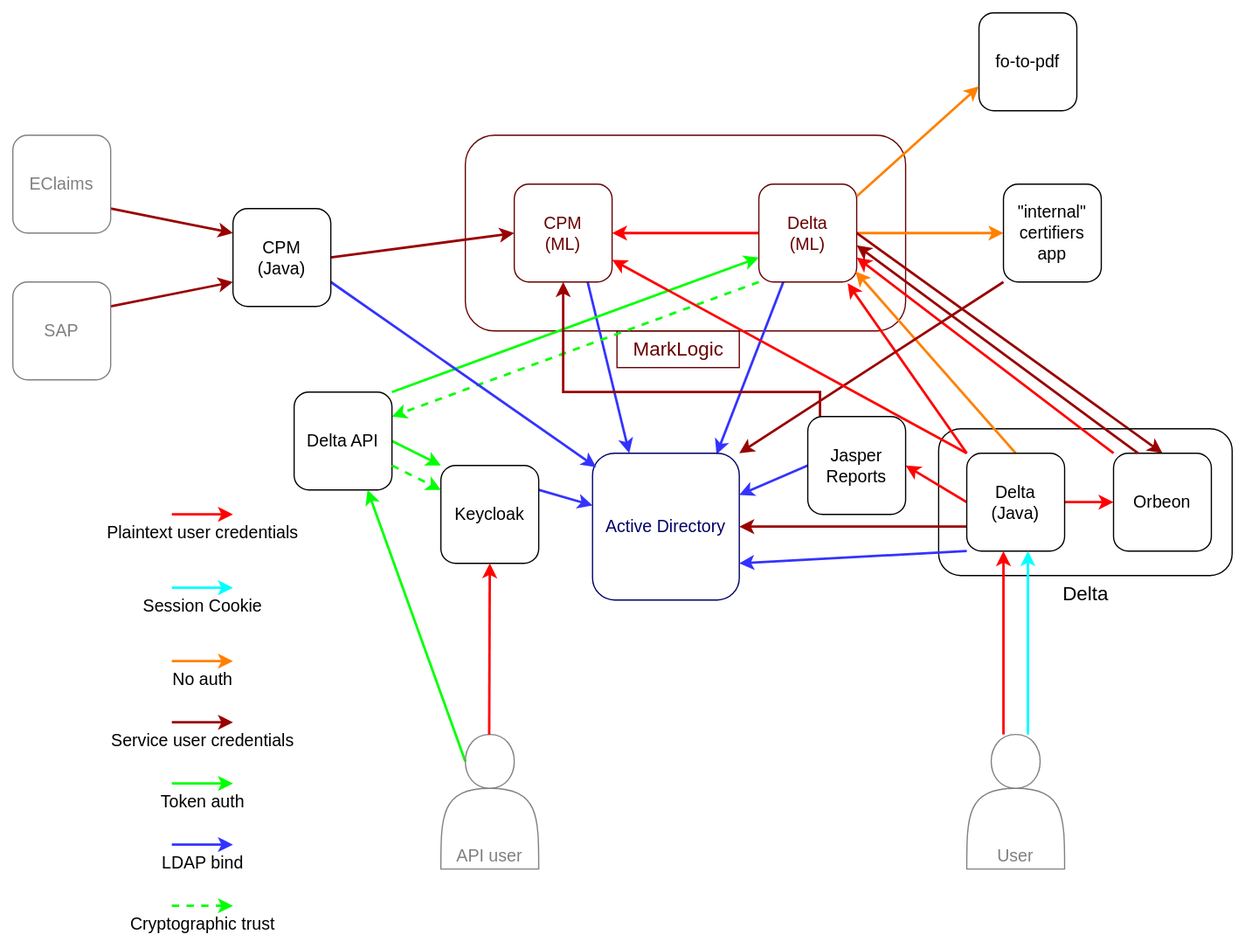
Before: docs/auth-planning/delta-auth-diagram.drawio.svg, a diagram exported from draw.io (communitiesuk/delta-common-infrastructure). Source tidied: cells renumbered, new cells last; positions are measured from the earlier drawing's top-left corner, leaving out a move shared by most shapes. The source it was exported from:
```xml
<mxGraphModel>
  <root>
    <mxCell id="0" />
    <mxCell id="1" parent="0" />
    <mxCell id="2" style="rounded=1;whiteSpace=wrap;html=1;fillColor=none;align=center;strokeColor=#660000;fontColor=#660000;" parent="1" vertex="1">
      <mxGeometry x="370" y="100" width="360" height="160" as="geometry" />
    </mxCell>
    <mxCell id="3" style="edgeStyle=none;rounded=0;jettySize=auto;html=1;exitX=0.75;exitY=1;exitDx=0;exitDy=0;entryX=0.25;entryY=0;entryDx=0;entryDy=0;strokeColor=#3333FF;strokeWidth=2;fontSize=14;fontColor=#000000;elbow=vertical;" parent="1" edge="1" source="4" target="28">
      <mxGeometry relative="1" as="geometry" />
    </mxCell>
    <mxCell id="4" value="CPM&lt;br&gt;(ML)" style="rounded=1;whiteSpace=wrap;html=1;fillColor=none;fontSize=14;strokeColor=#660000;fontColor=#660000;" parent="1" vertex="1">
      <mxGeometry x="410" y="140" width="80" height="80" as="geometry" />
    </mxCell>
    <mxCell id="5" value="MarkLogic" style="text;html=1;align=center;verticalAlign=middle;strokeColor=#660000;fillColor=none;fontSize=16;fontColor=#660000;" parent="1" vertex="1">
      <mxGeometry x="494" y="260" width="100" height="30" as="geometry" />
    </mxCell>
    <mxCell id="6" style="edgeStyle=none;rounded=0;jettySize=auto;html=1;exitX=1;exitY=0.5;exitDx=0;exitDy=0;strokeColor=#FF8000;strokeWidth=2;fontSize=14;fontColor=#808080;" parent="1" edge="1" source="11" target="29">
      <mxGeometry relative="1" as="geometry" />
    </mxCell>
    <mxCell id="7" style="edgeStyle=none;rounded=0;jettySize=auto;html=1;exitX=0.25;exitY=1;exitDx=0;exitDy=0;entryX=0.845;entryY=0.008;entryDx=0;entryDy=0;entryPerimeter=0;strokeColor=#3333FF;strokeWidth=2;fontSize=14;fontColor=#000000;elbow=vertical;" parent="1" edge="1" source="11" target="28">
      <mxGeometry relative="1" as="geometry" />
    </mxCell>
    <mxCell id="8" style="rounded=0;jettySize=auto;elbow=vertical;html=1;exitX=1;exitY=0.5;exitDx=0;exitDy=0;entryX=0.5;entryY=0;entryDx=0;entryDy=0;strokeColor=#990000;strokeWidth=2;fontSize=14;fontColor=#000000;startArrow=none;startFill=0;" parent="1" edge="1" source="11" target="22">
      <mxGeometry relative="1" as="geometry" />
    </mxCell>
    <mxCell id="9" style="edgeStyle=none;rounded=0;jettySize=auto;html=1;exitX=0;exitY=0.5;exitDx=0;exitDy=0;strokeColor=#FF0000;strokeWidth=2;fontSize=14;fontColor=#000000;startArrow=none;startFill=0;elbow=vertical;" parent="1" edge="1" source="11" target="4">
      <mxGeometry relative="1" as="geometry" />
    </mxCell>
    <mxCell id="10" style="edgeStyle=none;rounded=0;jettySize=auto;html=1;exitX=0;exitY=1;exitDx=0;exitDy=0;entryX=1;entryY=0.25;entryDx=0;entryDy=0;strokeColor=#00FF00;strokeWidth=2;fontSize=14;fontColor=#000000;startArrow=none;startFill=0;elbow=vertical;dashed=1;" parent="1" edge="1" source="11" target="25">
      <mxGeometry relative="1" as="geometry" />
    </mxCell>
    <mxCell id="11" value="Delta&lt;br&gt;(ML)" style="rounded=1;whiteSpace=wrap;html=1;fillColor=none;fontSize=14;strokeColor=#660000;fontColor=#660000;" parent="1" vertex="1">
      <mxGeometry x="610" y="140" width="80" height="80" as="geometry" />
    </mxCell>
    <mxCell id="12" style="rounded=1;whiteSpace=wrap;html=1;fillColor=none;align=center;" parent="1" vertex="1">
      <mxGeometry x="757" y="340" width="240" height="120" as="geometry" />
    </mxCell>
    <mxCell id="13" value="Delta" style="text;html=1;align=center;verticalAlign=middle;strokeColor=none;fillColor=none;fontSize=16;" parent="1" vertex="1">
      <mxGeometry x="847" y="460" width="60" height="30" as="geometry" />
    </mxCell>
    <mxCell id="14" style="edgeStyle=orthogonalEdgeStyle;rounded=0;jettySize=auto;html=1;entryX=0;entryY=0.5;entryDx=0;entryDy=0;strokeColor=#FF0000;strokeWidth=2;fontSize=14;fontColor=#808080;" parent="1" edge="1" source="20" target="22">
      <mxGeometry relative="1" as="geometry" />
    </mxCell>
    <mxCell id="15" style="edgeStyle=none;rounded=0;jettySize=auto;html=1;exitX=0;exitY=0;exitDx=0;exitDy=0;entryX=0.908;entryY=1.013;entryDx=0;entryDy=0;entryPerimeter=0;strokeColor=#FF0000;strokeWidth=2;fontSize=14;fontColor=#808080;" parent="1" edge="1" source="20" target="11">
      <mxGeometry relative="1" as="geometry" />
    </mxCell>
    <mxCell id="16" style="edgeStyle=none;rounded=0;jettySize=auto;html=1;exitX=0;exitY=0.5;exitDx=0;exitDy=0;entryX=1;entryY=0.5;entryDx=0;entryDy=0;strokeColor=#FF0000;strokeWidth=2;fontSize=14;fontColor=#000000;" parent="1" edge="1" source="20" target="45">
      <mxGeometry relative="1" as="geometry" />
    </mxCell>
    <mxCell id="17" style="edgeStyle=none;rounded=0;jettySize=auto;html=1;exitX=0;exitY=0.75;exitDx=0;exitDy=0;entryX=1;entryY=0.5;entryDx=0;entryDy=0;strokeColor=#990000;strokeWidth=2;fontSize=14;fontColor=#000000;elbow=vertical;" parent="1" edge="1" source="20" target="28">
      <mxGeometry relative="1" as="geometry" />
    </mxCell>
    <mxCell id="18" style="edgeStyle=none;rounded=0;jettySize=auto;html=1;exitX=0;exitY=1;exitDx=0;exitDy=0;entryX=1;entryY=0.75;entryDx=0;entryDy=0;strokeColor=#3333FF;strokeWidth=2;fontSize=14;fontColor=#000000;elbow=vertical;" parent="1" edge="1" source="20" target="28">
      <mxGeometry relative="1" as="geometry" />
    </mxCell>
    <mxCell id="19" style="edgeStyle=none;rounded=0;jettySize=auto;html=1;exitX=0.5;exitY=0;exitDx=0;exitDy=0;entryX=0.988;entryY=0.892;entryDx=0;entryDy=0;entryPerimeter=0;strokeColor=#FF8000;strokeWidth=2;fontSize=14;fontColor=#000000;startArrow=none;startFill=0;elbow=vertical;" parent="1" edge="1" source="20" target="11">
      <mxGeometry relative="1" as="geometry" />
    </mxCell>
    <mxCell id="20" value="Delta&lt;br&gt;(Java)" style="rounded=1;whiteSpace=wrap;html=1;fillColor=none;fontSize=14;" parent="1" vertex="1">
      <mxGeometry x="780" y="360" width="80" height="80" as="geometry" />
    </mxCell>
    <mxCell id="21" style="rounded=0;jettySize=auto;html=1;exitX=0;exitY=0;exitDx=0;exitDy=0;entryX=1;entryY=0.75;entryDx=0;entryDy=0;strokeColor=#FF0000;strokeWidth=2;fontSize=14;fontColor=#808080;" parent="1" edge="1" source="22" target="11">
      <mxGeometry relative="1" as="geometry" />
    </mxCell>
    <mxCell id="22" value="Orbeon" style="rounded=1;whiteSpace=wrap;html=1;fillColor=none;fontSize=14;" parent="1" vertex="1">
      <mxGeometry x="900" y="360" width="80" height="80" as="geometry" />
    </mxCell>
    <mxCell id="23" style="edgeStyle=none;rounded=0;jettySize=auto;html=1;exitX=1;exitY=0.5;exitDx=0;exitDy=0;entryX=0;entryY=0;entryDx=0;entryDy=0;strokeColor=#00FF00;strokeWidth=2;fontSize=14;fontColor=#000000;elbow=vertical;" parent="1" edge="1" source="25" target="27">
      <mxGeometry relative="1" as="geometry" />
    </mxCell>
    <mxCell id="24" style="edgeStyle=none;rounded=0;jettySize=auto;html=1;exitX=1;exitY=0;exitDx=0;exitDy=0;entryX=0;entryY=0.75;entryDx=0;entryDy=0;strokeColor=#00FF00;strokeWidth=2;fontSize=14;fontColor=#000000;elbow=vertical;" parent="1" edge="1" source="25" target="11">
      <mxGeometry relative="1" as="geometry" />
    </mxCell>
    <mxCell id="25" value="Delta API" style="rounded=1;whiteSpace=wrap;html=1;fillColor=none;fontSize=14;" parent="1" vertex="1">
      <mxGeometry x="230" y="310" width="80" height="80" as="geometry" />
    </mxCell>
    <mxCell id="26" style="edgeStyle=none;rounded=0;jettySize=auto;html=1;exitX=1;exitY=0.25;exitDx=0;exitDy=0;strokeColor=#3333FF;strokeWidth=2;fontSize=14;fontColor=#000000;elbow=vertical;" parent="1" edge="1" source="27" target="28">
      <mxGeometry relative="1" as="geometry" />
    </mxCell>
    <mxCell id="27" value="Keycloak" style="rounded=1;whiteSpace=wrap;html=1;fillColor=none;fontSize=14;" parent="1" vertex="1">
      <mxGeometry x="350" y="370" width="80" height="80" as="geometry" />
    </mxCell>
    <mxCell id="28" value="Active Directory" style="rounded=1;whiteSpace=wrap;html=1;fillColor=none;fontSize=14;strokeColor=#000066;fontColor=#000066;" parent="1" vertex="1">
      <mxGeometry x="474" y="360" width="120" height="120" as="geometry" />
    </mxCell>
    <mxCell id="29" value="&quot;internal&quot; certifiers app" style="rounded=1;whiteSpace=wrap;html=1;fillColor=none;fontSize=14;" parent="1" vertex="1">
      <mxGeometry x="810" y="140" width="80" height="80" as="geometry" />
    </mxCell>
    <mxCell id="30" value="fo-to-pdf" style="rounded=1;whiteSpace=wrap;html=1;fillColor=none;fontSize=14;" parent="1" vertex="1">
      <mxGeometry x="790" width="80" height="80" as="geometry" />
    </mxCell>
    <mxCell id="31" style="edgeStyle=none;rounded=0;jettySize=auto;html=1;exitX=1;exitY=0.5;exitDx=0;exitDy=0;entryX=0;entryY=0.5;entryDx=0;entryDy=0;strokeColor=#990000;strokeWidth=2;fontSize=14;fontColor=#000000;elbow=vertical;" parent="1" edge="1" source="33" target="4">
      <mxGeometry relative="1" as="geometry" />
    </mxCell>
    <mxCell id="32" style="edgeStyle=none;rounded=0;jettySize=auto;html=1;exitX=1;exitY=0.75;exitDx=0;exitDy=0;entryX=0.025;entryY=0.095;entryDx=0;entryDy=0;entryPerimeter=0;strokeColor=#3333FF;strokeWidth=2;fontSize=14;fontColor=#000000;elbow=vertical;" parent="1" edge="1" source="33" target="28">
      <mxGeometry relative="1" as="geometry" />
    </mxCell>
    <mxCell id="33" value="CPM&lt;br&gt;(Java)" style="rounded=1;whiteSpace=wrap;html=1;fillColor=none;fontSize=14;" parent="1" vertex="1">
      <mxGeometry x="180" y="160" width="80" height="80" as="geometry" />
    </mxCell>
    <mxCell id="34" style="edgeStyle=none;rounded=0;jettySize=auto;html=1;exitX=1;exitY=0.75;exitDx=0;exitDy=0;entryX=0;entryY=0.25;entryDx=0;entryDy=0;strokeColor=#990000;strokeWidth=2;fontSize=14;fontColor=#000000;elbow=vertical;" parent="1" edge="1" source="35" target="33">
      <mxGeometry relative="1" as="geometry" />
    </mxCell>
    <mxCell id="35" value="EClaims" style="rounded=1;whiteSpace=wrap;html=1;fillColor=none;fontSize=14;strokeColor=#808080;fontColor=#808080;" parent="1" vertex="1">
      <mxGeometry y="100" width="80" height="80" as="geometry" />
    </mxCell>
    <mxCell id="36" style="edgeStyle=none;rounded=0;jettySize=auto;html=1;exitX=1;exitY=0.25;exitDx=0;exitDy=0;entryX=0;entryY=0.75;entryDx=0;entryDy=0;strokeColor=#990000;strokeWidth=2;fontSize=14;fontColor=#000000;elbow=vertical;" parent="1" edge="1" source="37" target="33">
      <mxGeometry relative="1" as="geometry" />
    </mxCell>
    <mxCell id="37" value="SAP" style="rounded=1;whiteSpace=wrap;html=1;fillColor=none;fontSize=14;strokeColor=#808080;fontColor=#808080;" parent="1" vertex="1">
      <mxGeometry y="220" width="80" height="80" as="geometry" />
    </mxCell>
    <mxCell id="38" style="edgeStyle=orthogonalEdgeStyle;rounded=0;orthogonalLoop=1;jettySize=auto;html=1;entryX=0.5;entryY=1;entryDx=0;entryDy=0;fontSize=14;fontColor=#808080;strokeWidth=2;strokeColor=#FF0000;" parent="1" edge="1">
      <mxGeometry relative="1" as="geometry">
        <mxPoint x="810" y="590" as="sourcePoint" />
        <mxPoint x="810" y="440" as="targetPoint" />
      </mxGeometry>
    </mxCell>
    <mxCell id="39" value="User" style="shape=actor;whiteSpace=wrap;html=1;strokeColor=#808080;fontSize=14;fontColor=#808080;fillColor=none;verticalAlign=bottom;" parent="1" vertex="1">
      <mxGeometry x="780" y="590" width="80" height="110" as="geometry" />
    </mxCell>
    <mxCell id="40" style="edgeStyle=orthogonalEdgeStyle;rounded=0;orthogonalLoop=1;jettySize=auto;html=1;entryX=0.5;entryY=1;entryDx=0;entryDy=0;fontSize=14;fontColor=#808080;strokeWidth=2;strokeColor=#00FFFF;" parent="1" edge="1">
      <mxGeometry relative="1" as="geometry">
        <mxPoint x="830" y="590" as="sourcePoint" />
        <mxPoint x="830" y="440" as="targetPoint" />
      </mxGeometry>
    </mxCell>
    <mxCell id="41" style="edgeStyle=none;rounded=0;jettySize=auto;html=1;exitX=1;exitY=0.5;exitDx=0;exitDy=0;strokeColor=#FF8000;strokeWidth=2;fontSize=14;fontColor=#808080;entryX=0;entryY=0.75;entryDx=0;entryDy=0;" parent="1" edge="1" target="30">
      <mxGeometry relative="1" as="geometry">
        <mxPoint x="690" y="150" as="sourcePoint" />
      </mxGeometry>
    </mxCell>
    <mxCell id="42" style="rounded=0;jettySize=auto;html=1;fontSize=14;fontColor=#000000;strokeWidth=2;strokeColor=#990000;verticalAlign=top;exitX=0;exitY=1;exitDx=0;exitDy=0;entryX=1;entryY=0;entryDx=0;entryDy=0;" parent="1" edge="1" source="29" target="28">
      <mxGeometry relative="1" as="geometry" />
    </mxCell>
    <mxCell id="43" style="rounded=0;jettySize=auto;html=1;strokeColor=#990000;strokeWidth=2;fontSize=14;fontColor=#000000;edgeStyle=elbowEdgeStyle;elbow=vertical;entryX=0.5;entryY=1;entryDx=0;entryDy=0;" parent="1" edge="1" target="4">
      <mxGeometry relative="1" as="geometry">
        <mxPoint x="660" y="330" as="sourcePoint" />
        <Array as="points">
          <mxPoint x="580" y="310" />
        </Array>
      </mxGeometry>
    </mxCell>
    <mxCell id="44" style="edgeStyle=none;rounded=0;jettySize=auto;html=1;exitX=0;exitY=0.5;exitDx=0;exitDy=0;strokeColor=#3333FF;strokeWidth=2;fontSize=14;fontColor=#000000;elbow=vertical;" parent="1" edge="1" source="45" target="28">
      <mxGeometry relative="1" as="geometry" />
    </mxCell>
    <mxCell id="45" value="Jasper&lt;br&gt;Reports" style="rounded=1;whiteSpace=wrap;html=1;fillColor=none;fontSize=14;" parent="1" vertex="1">
      <mxGeometry x="650" y="330" width="80" height="80" as="geometry" />
    </mxCell>
    <mxCell id="46" style="edgeStyle=none;rounded=0;jettySize=auto;html=1;exitX=0.25;exitY=0.2;exitDx=0;exitDy=0;exitPerimeter=0;entryX=0.75;entryY=1;entryDx=0;entryDy=0;strokeColor=#00FF00;strokeWidth=2;fontSize=14;fontColor=#000000;elbow=vertical;" parent="1" edge="1" source="47" target="25">
      <mxGeometry relative="1" as="geometry" />
    </mxCell>
    <mxCell id="47" value="API user" style="shape=actor;whiteSpace=wrap;html=1;strokeColor=#808080;fontSize=14;fontColor=#808080;fillColor=none;verticalAlign=bottom;" parent="1" vertex="1">
      <mxGeometry x="350" y="590" width="80" height="110" as="geometry" />
    </mxCell>
    <mxCell id="48" style="rounded=0;orthogonalLoop=1;jettySize=auto;html=1;fontSize=14;fontColor=#808080;strokeWidth=2;strokeColor=#FF0000;" parent="1" edge="1">
      <mxGeometry relative="1" as="geometry">
        <mxPoint x="389.5" y="590" as="sourcePoint" />
        <mxPoint x="390" y="450" as="targetPoint" />
      </mxGeometry>
    </mxCell>
    <mxCell id="49" style="group;" parent="1" vertex="1">
      <mxGeometry x="130" y="410" width="50" height="320" as="geometry" />
    </mxCell>
    <mxCell id="50" value="Plaintext user credentials" style="edgeStyle=orthogonalEdgeStyle;rounded=0;orthogonalLoop=1;jettySize=auto;html=1;fontSize=14;fontColor=#000000;strokeWidth=2;strokeColor=#FF0000;verticalAlign=top;" parent="49" edge="1">
      <mxGeometry relative="1" as="geometry">
        <mxPoint as="sourcePoint" />
        <mxPoint x="50" as="targetPoint" />
      </mxGeometry>
    </mxCell>
    <mxCell id="51" value="Session Cookie" style="edgeStyle=orthogonalEdgeStyle;rounded=0;orthogonalLoop=1;jettySize=auto;html=1;fontSize=14;fontColor=#000000;strokeWidth=2;strokeColor=#00FFFF;verticalAlign=top;" parent="49" edge="1">
      <mxGeometry relative="1" as="geometry">
        <mxPoint y="60" as="sourcePoint" />
        <mxPoint x="50" y="60" as="targetPoint" />
      </mxGeometry>
    </mxCell>
    <mxCell id="52" value="No auth" style="edgeStyle=none;rounded=0;orthogonalLoop=1;jettySize=auto;html=1;exitX=1;exitY=0.5;exitDx=0;exitDy=0;strokeColor=#FF8000;strokeWidth=2;fontSize=14;fontColor=#000000;verticalAlign=top;" parent="49" edge="1">
      <mxGeometry relative="1" as="geometry">
        <mxPoint y="120" as="sourcePoint" />
        <mxPoint x="50" y="120" as="targetPoint" />
      </mxGeometry>
    </mxCell>
    <mxCell id="53" value="Service user credentials" style="edgeStyle=orthogonalEdgeStyle;rounded=0;orthogonalLoop=1;jettySize=auto;html=1;fontSize=14;fontColor=#000000;strokeWidth=2;strokeColor=#990000;verticalAlign=top;" parent="49" edge="1">
      <mxGeometry relative="1" as="geometry">
        <mxPoint y="170" as="sourcePoint" />
        <mxPoint x="50" y="170" as="targetPoint" />
      </mxGeometry>
    </mxCell>
    <mxCell id="54" value="Token auth" style="edgeStyle=orthogonalEdgeStyle;rounded=0;orthogonalLoop=1;jettySize=auto;html=1;fontSize=14;fontColor=#000000;strokeWidth=2;strokeColor=#00FF00;verticalAlign=top;" parent="49" edge="1">
      <mxGeometry relative="1" as="geometry">
        <mxPoint y="220" as="sourcePoint" />
        <mxPoint x="50" y="220" as="targetPoint" />
      </mxGeometry>
    </mxCell>
    <mxCell id="55" value="LDAP bind" style="edgeStyle=orthogonalEdgeStyle;rounded=0;orthogonalLoop=1;jettySize=auto;html=1;fontSize=14;fontColor=#000000;strokeWidth=2;strokeColor=#3333FF;verticalAlign=top;" parent="49" edge="1">
      <mxGeometry relative="1" as="geometry">
        <mxPoint y="270" as="sourcePoint" />
        <mxPoint x="50" y="270" as="targetPoint" />
      </mxGeometry>
    </mxCell>
    <mxCell id="56" value="Cryptographic trust" style="edgeStyle=orthogonalEdgeStyle;rounded=0;orthogonalLoop=1;jettySize=auto;html=1;fontSize=14;fontColor=#000000;strokeWidth=2;strokeColor=#00FF00;verticalAlign=top;dashed=1;" parent="49" edge="1">
      <mxGeometry relative="1" as="geometry">
        <mxPoint y="320" as="sourcePoint" />
        <mxPoint x="50" y="320" as="targetPoint" />
      </mxGeometry>
    </mxCell>
    <mxCell id="57" style="edgeStyle=none;rounded=0;jettySize=auto;html=1;exitX=0;exitY=0;exitDx=0;exitDy=0;strokeColor=#FF0000;strokeWidth=2;fontSize=14;fontColor=#808080;" parent="1" edge="1" source="20" target="4">
      <mxGeometry relative="1" as="geometry" />
    </mxCell>
    <mxCell id="58" style="edgeStyle=none;rounded=0;jettySize=auto;html=1;exitX=1;exitY=0.75;exitDx=0;exitDy=0;entryX=0;entryY=0.25;entryDx=0;entryDy=0;strokeColor=#00FF00;strokeWidth=2;fontSize=14;fontColor=#000000;startArrow=none;startFill=0;elbow=vertical;dashed=1;" parent="1" edge="1" source="25" target="27">
      <mxGeometry relative="1" as="geometry" />
    </mxCell>
    <mxCell id="59" style="rounded=0;jettySize=auto;elbow=vertical;html=1;exitX=0.25;exitY=0;exitDx=0;exitDy=0;strokeColor=#990000;strokeWidth=2;fontSize=14;fontColor=#000000;startArrow=none;startFill=0;" parent="1" edge="1" source="22">
      <mxGeometry relative="1" as="geometry">
        <mxPoint x="690" y="190" as="targetPoint" />
      </mxGeometry>
    </mxCell>
  </root>
</mxGraphModel>
```
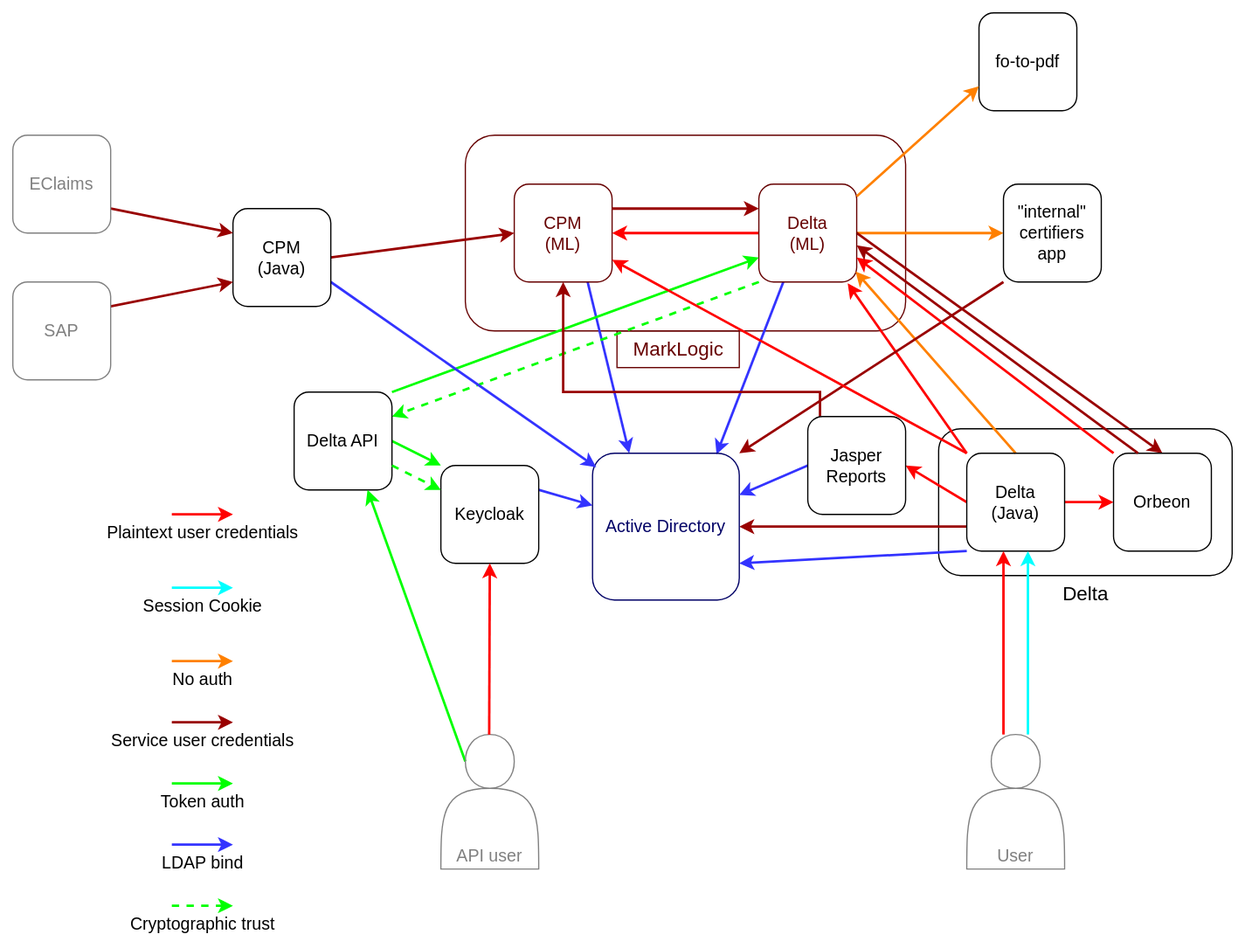
The same file after the commit.

Commit message:
DT-336: Update diagrams with CPM -> Delta requests

Change to the diagram source:
```diff
@@ -215,5 +215,8 @@
         <mxPoint x="690" y="190" as="targetPoint" />
       </mxGeometry>
     </mxCell>
+    <mxCell id="60" style="edgeStyle=none;rounded=0;jettySize=auto;html=1;exitX=1;exitY=0.25;exitDx=0;exitDy=0;entryX=0;entryY=0.25;entryDx=0;entryDy=0;strokeColor=#990000;strokeWidth=2;fontSize=14;fontColor=#000000;elbow=vertical;" parent="1" edge="1" source="4" target="11">
+      <mxGeometry relative="1" as="geometry" />
+    </mxCell>
   </root>
 </mxGraphModel>
```
